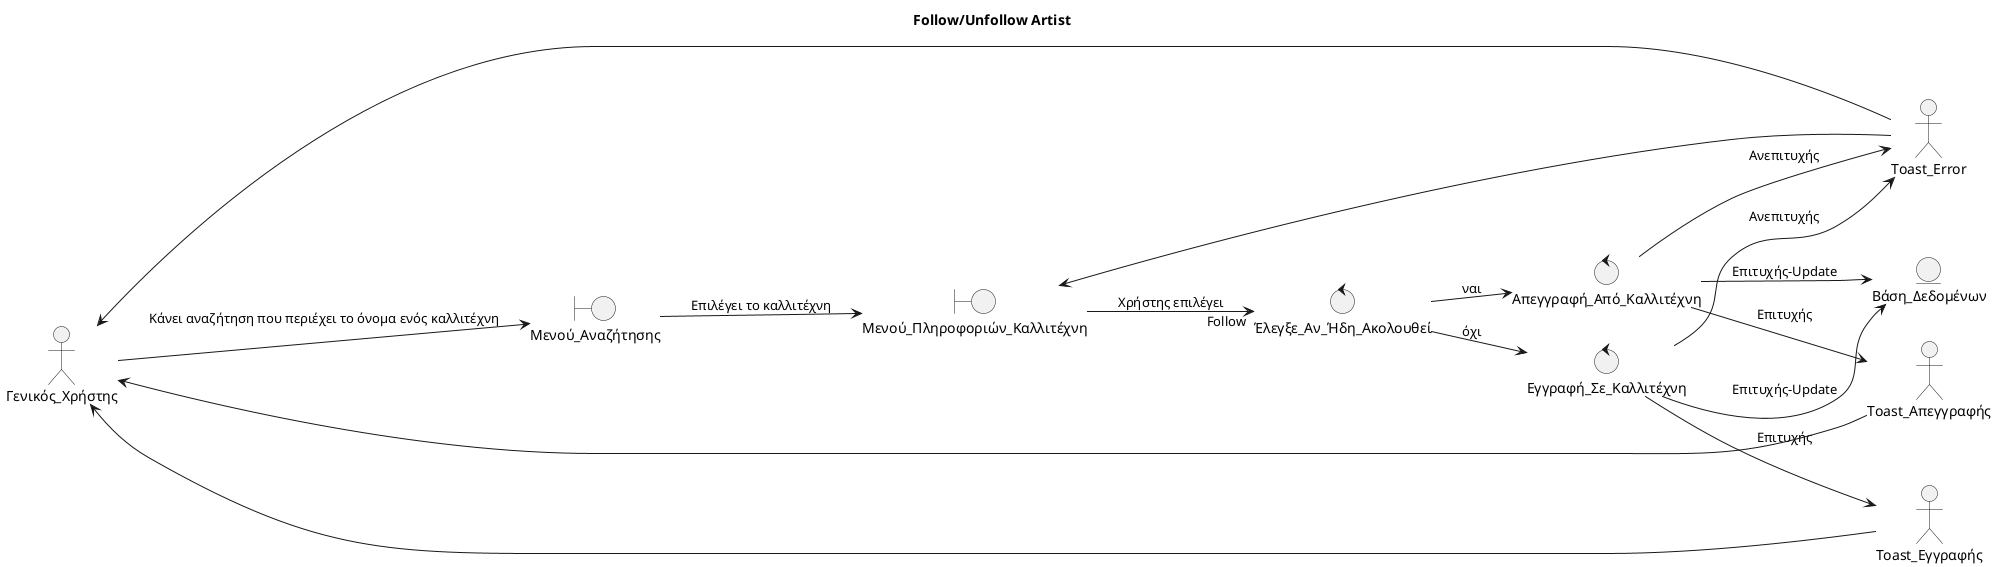
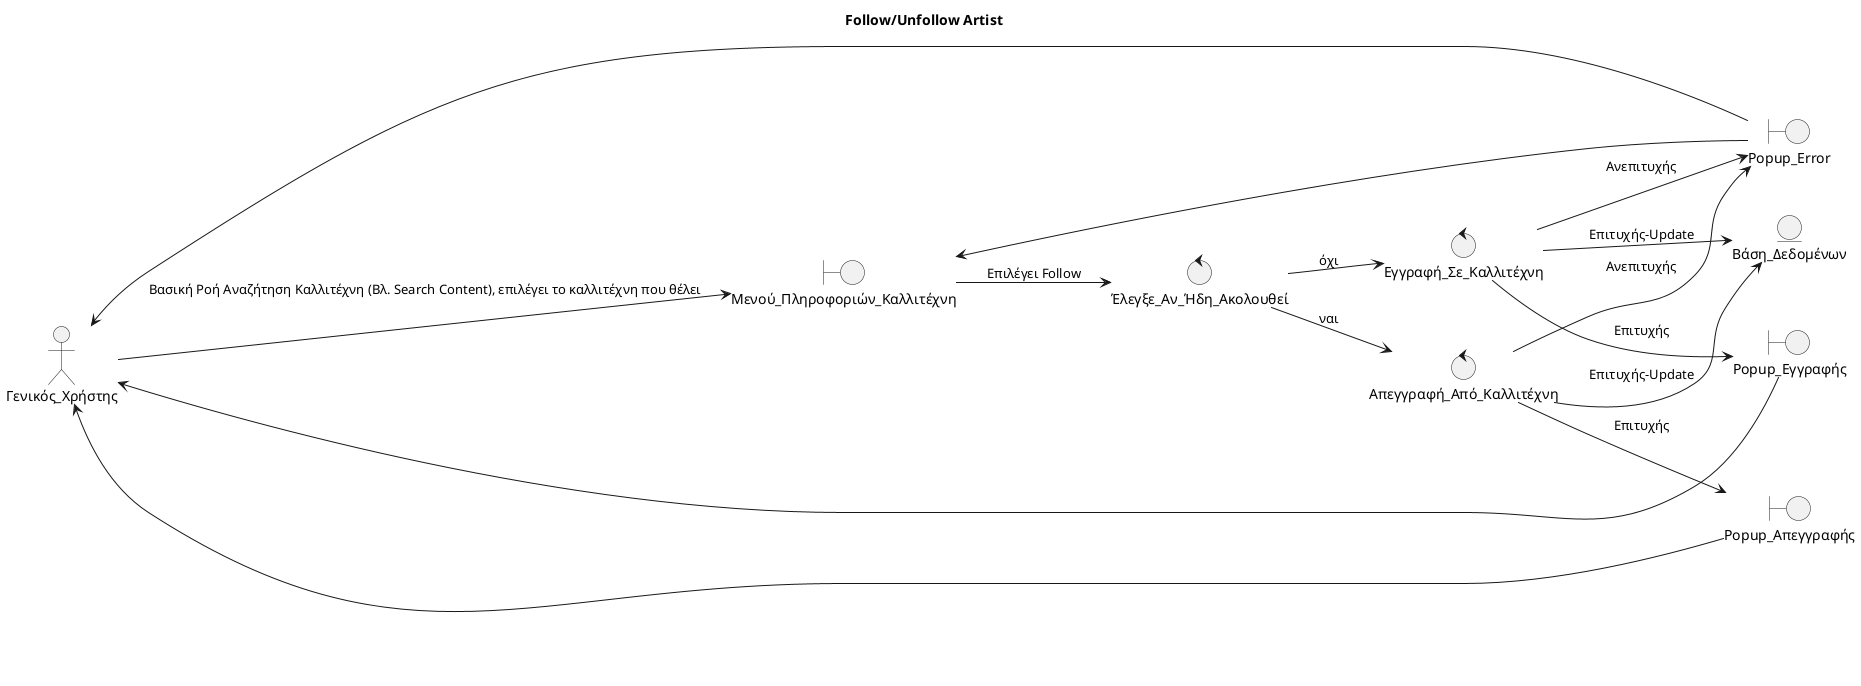
@startuml

title Follow/Unfollow Artist

left to right direction

skinparam shadowing false
skinparam roundcorner 10

' =====================================================
' ACTORS
' =====================================================

actor Γενικός_Χρήστης

' =====================================================
' BOUNDARY OBJECTS
' =====================================================

- boundary Μενού_Αναζήτησης
boundary Μενού_Πληροφοριών_Καλλιτέχνη
+ boundary Popup_Error
+ boundary Popup_Απεγγραφής
+ boundary Popup_Εγγραφής

' =====================================================
' CONTROL OBJECTS
' =====================================================

control Έλεγξε_Αν_Ήδη_Ακολουθεί
control Απεγγραφή_Από_Καλλιτέχνη
control Εγγραφή_Σε_Καλλιτέχνη

' =====================================================
' ENTITY OBJECTS
' =====================================================

entity Βάση_Δεδομένων

' =====================================================
' INTERACTIONS
' =====================================================

- Γενικός_Χρήστης --> Μενού_Αναζήτησης: Κάνει αναζήτηση που περιέχει το όνομα ενός καλλιτέχνη
- Μενού_Αναζήτησης --> Μενού_Πληροφοριών_Καλλιτέχνη : Επιλέγει το καλλιτέχνη
- Μενού_Πληροφοριών_Καλλιτέχνη --> Έλεγξε_Αν_Ήδη_Ακολουθεί : Χρήστης επιλέγει "Follow"
+ Γενικός_Χρήστης --> Μενού_Πληροφοριών_Καλλιτέχνη: Βασική Ροή Αναζήτηση Καλλιτέχνη (Βλ. Search Content), επιλέγει το καλλιτέχνη που θέλει
+ Μενού_Πληροφοριών_Καλλιτέχνη --> Έλεγξε_Αν_Ήδη_Ακολουθεί : Επιλέγει Follow
Έλεγξε_Αν_Ήδη_Ακολουθεί --> Απεγγραφή_Από_Καλλιτέχνη : ναι
Έλεγξε_Αν_Ήδη_Ακολουθεί --> Εγγραφή_Σε_Καλλιτέχνη : όχι
Απεγγραφή_Από_Καλλιτέχνη --> Βάση_Δεδομένων : Επιτυχής-Update
Εγγραφή_Σε_Καλλιτέχνη --> Βάση_Δεδομένων : Επιτυχής-Update
- Εγγραφή_Σε_Καλλιτέχνη --> Toast_Εγγραφής : Επιτυχής
- Απεγγραφή_Από_Καλλιτέχνη --> Toast_Απεγγραφής : Επιτυχής
- Εγγραφή_Σε_Καλλιτέχνη --> Toast_Error : Ανεπιτυχής
- Απεγγραφή_Από_Καλλιτέχνη --> Toast_Error : Ανεπιτυχής
- Toast_Error --> Γενικός_Χρήστης
- Toast_Error --> Μενού_Πληροφοριών_Καλλιτέχνη
- Toast_Απεγγραφής --> Γενικός_Χρήστης
- Toast_Εγγραφής --> Γενικός_Χρήστης
+ Εγγραφή_Σε_Καλλιτέχνη --> Popup_Εγγραφής : Επιτυχής
+ Απεγγραφή_Από_Καλλιτέχνη --> Popup_Απεγγραφής : Επιτυχής
+ Εγγραφή_Σε_Καλλιτέχνη --> Popup_Error : Ανεπιτυχής
+ Απεγγραφή_Από_Καλλιτέχνη --> Popup_Error : Ανεπιτυχής
+ Popup_Error --> Γενικός_Χρήστης
+ Popup_Error --> Μενού_Πληροφοριών_Καλλιτέχνη
+ Popup_Απεγγραφής --> Γενικός_Χρήστης
+ Popup_Εγγραφής --> Γενικός_Χρήστης

@enduml